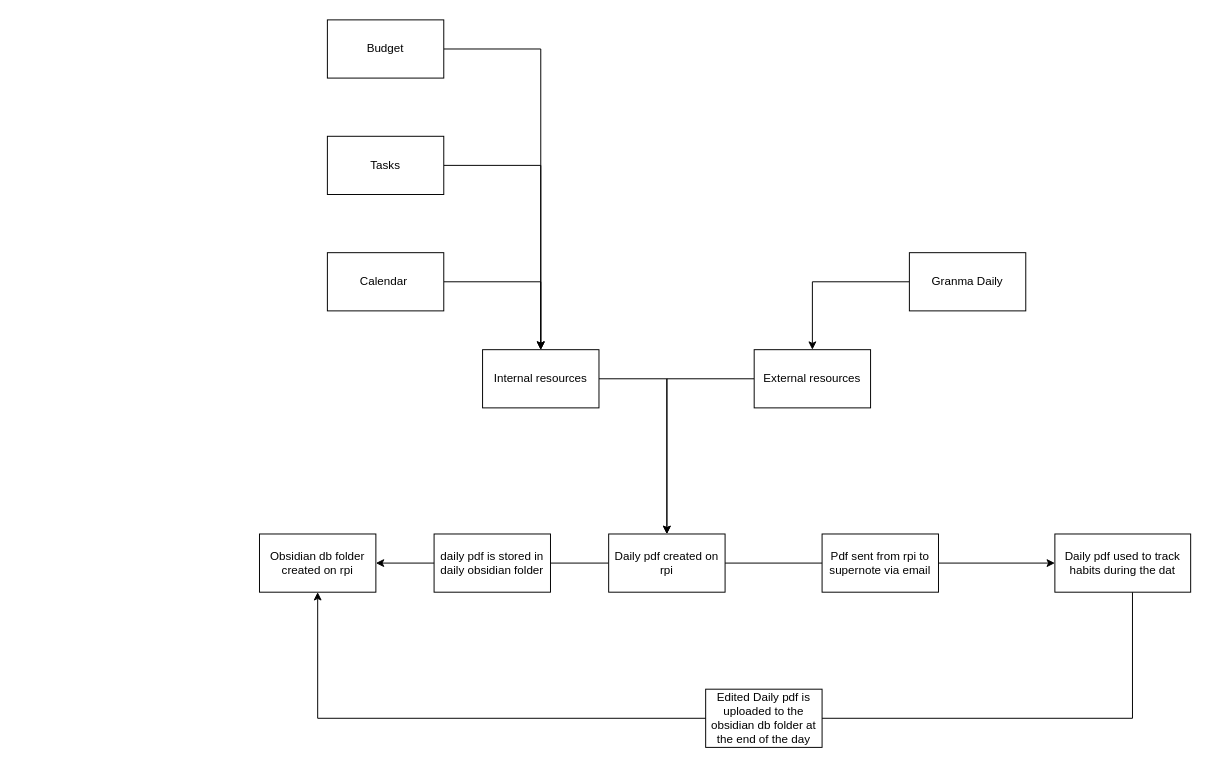
The draw.io diagram daily_sn.drawio in Jakelamers64/send_daily_to_sn, before the edit. Source tidied: cells renumbered, new cells numbered last; positions are measured from the earlier drawing's top-left corner, leaving out a move shared by most shapes. Both pictures are drawn from the tidied source at 97%, with x=0, y=0 at pixel (259, 19).
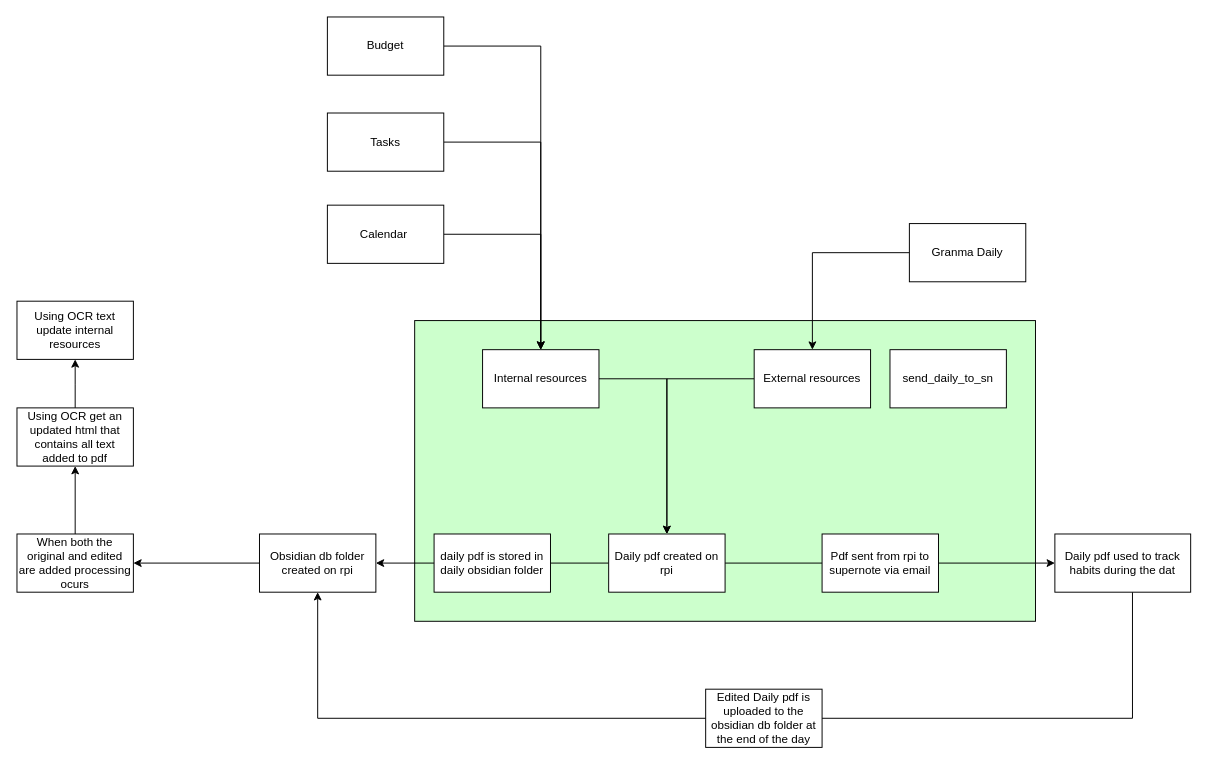
Above is the later version.

Commit message:
Update daily_sn.drawio to show some of the code responsible

The change refers to these unchanged cells:
```xml
<mxCell id="8" value="Obsidian db folder created on rpi" style="rounded=0;whiteSpace=wrap;html=1;" parent="1" vertex="1">
  <mxGeometry y="530" width="120" height="60" as="geometry" />
</mxCell>
```

What changed in the source:
```diff
@@
+    <mxCell id="23" style="rounded=0;whiteSpace=wrap;html=1;fillColor=#CCFFCC;" parent="1" vertex="1">
+      <mxGeometry x="160" y="310" width="640" height="310" as="geometry" />
+    </mxCell>
@@
+    <mxCell id="24" style="edgeStyle=orthogonalEdgeStyle;rounded=0;jettySize=auto;html=1;" parent="1" edge="1" source="8" target="26">
+      <mxGeometry relative="1" as="geometry" />
+    </mxCell>
@@
     <mxCell id="16" value="Calendar&amp;nbsp;" style="rounded=0;whiteSpace=wrap;html=1;" parent="1" vertex="1">
-      <mxGeometry x="70" y="240" width="120" height="60" as="geometry" />
+      <mxGeometry x="70" y="191" width="120" height="60" as="geometry" />
     </mxCell>
@@
     <mxCell id="18" value="Tasks" style="rounded=0;whiteSpace=wrap;html=1;" parent="1" vertex="1">
-      <mxGeometry x="70" y="120" width="120" height="60" as="geometry" />
+      <mxGeometry x="70" y="96" width="120" height="60" as="geometry" />
     </mxCell>
@@
     <mxCell id="20" value="Budget" style="rounded=0;whiteSpace=wrap;html=1;" parent="1" vertex="1">
-      <mxGeometry x="70" width="120" height="60" as="geometry" />
+      <mxGeometry x="70" y="-3" width="120" height="60" as="geometry" />
     </mxCell>
@@
     <mxCell id="22" value="Granma Daily" style="rounded=0;whiteSpace=wrap;html=1;" parent="1" vertex="1">
-      <mxGeometry x="670" y="240" width="120" height="60" as="geometry" />
+      <mxGeometry x="670" y="210" width="120" height="60" as="geometry" />
     </mxCell>
+    <mxCell id="25" style="edgeStyle=orthogonalEdgeStyle;rounded=0;jettySize=auto;html=1;" parent="1" edge="1" source="26" target="28">
+      <mxGeometry relative="1" as="geometry" />
+    </mxCell>
+    <mxCell id="26" value="When both the original and edited are added processing ocurs" style="rounded=0;whiteSpace=wrap;html=1;" parent="1" vertex="1">
+      <mxGeometry x="-250" y="530" width="120" height="60" as="geometry" />
+    </mxCell>
+    <mxCell id="27" style="edgeStyle=orthogonalEdgeStyle;rounded=0;jettySize=auto;html=1;" parent="1" edge="1" source="28">
+      <mxGeometry relative="1" as="geometry">
+        <mxPoint x="-190" y="350" as="targetPoint" />
+      </mxGeometry>
+    </mxCell>
+    <mxCell id="28" value="Using OCR get an updated html that contains all text added to pdf" style="rounded=0;whiteSpace=wrap;html=1;" parent="1" vertex="1">
+      <mxGeometry x="-250" y="400" width="120" height="60" as="geometry" />
+    </mxCell>
+    <mxCell id="29" value="Using OCR text update internal resources" style="rounded=0;whiteSpace=wrap;html=1;" parent="1" vertex="1">
+      <mxGeometry x="-250" y="290" width="120" height="60" as="geometry" />
+    </mxCell>
+    <mxCell id="30" value="send_daily_to_sn" style="rounded=0;whiteSpace=wrap;html=1;" parent="1" vertex="1">
+      <mxGeometry x="650" y="340" width="120" height="60" as="geometry" />
+    </mxCell>
```
